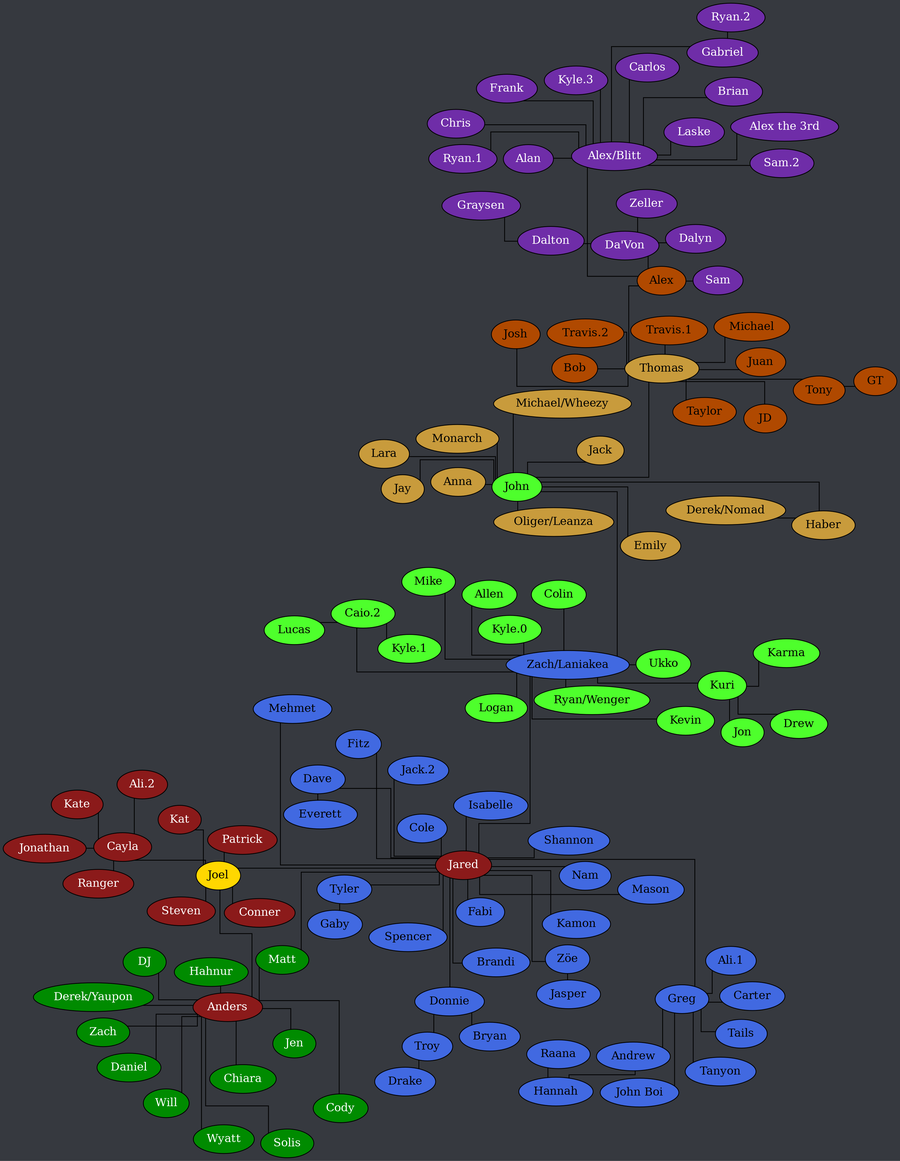
Earlier version of the Graphviz export tree.png (Documidas/CoronaCatzFamilyTree). Its source is kept beside it as tree.dot.
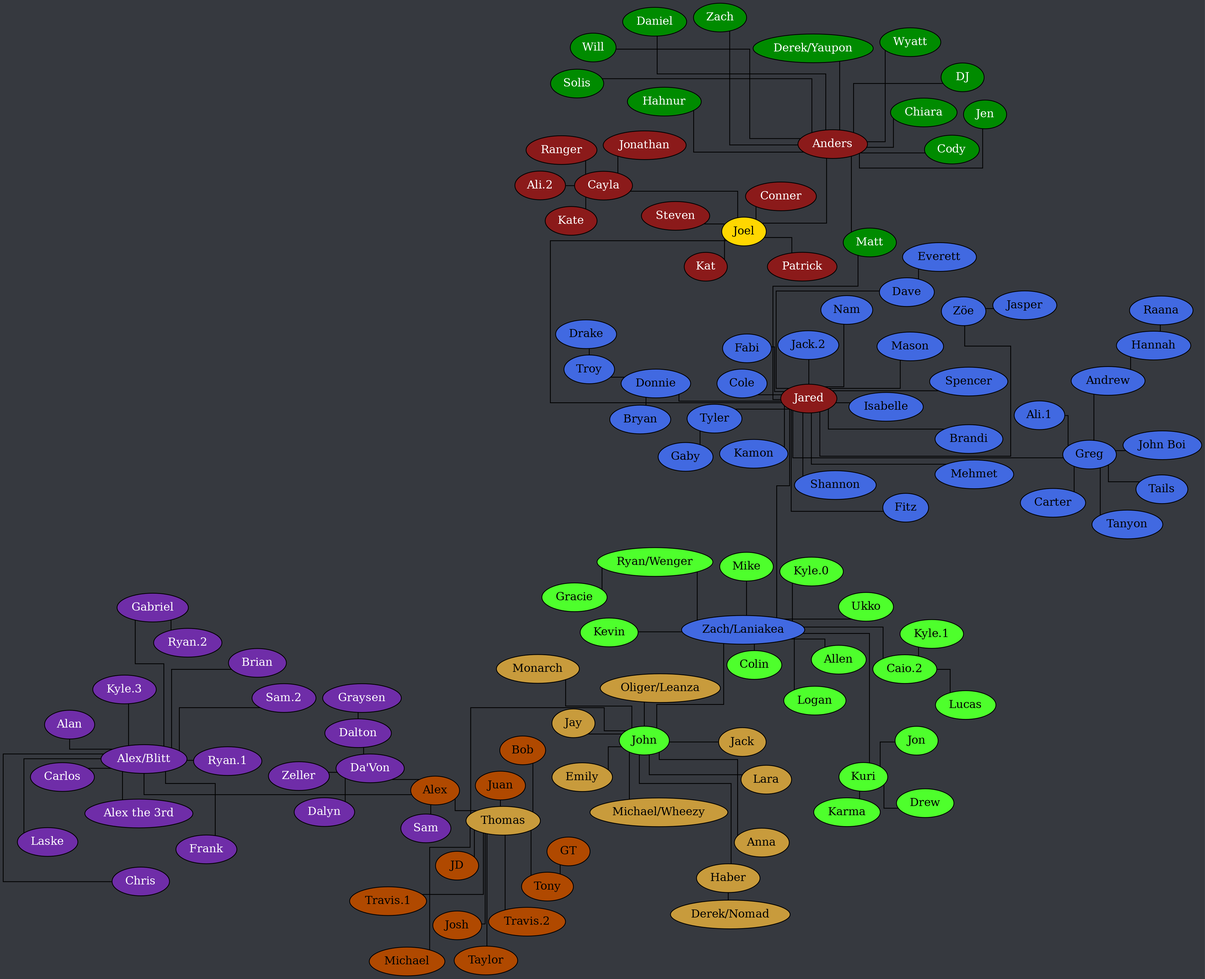
Later version of the same file.

The edit, as a diff of the source:
```diff
@@ -91,6 +91,7 @@
 		Kuri -- Drew;
 		Kuri -- Jon;
 		Kuri -- Karma;
+		"Ryan/Wenger" -- Gracie;
 		"Zach/Laniakea" -- Allen;
 		"Zach/Laniakea" -- "Caio.2";
 		"Zach/Laniakea" -- Colin;
```
